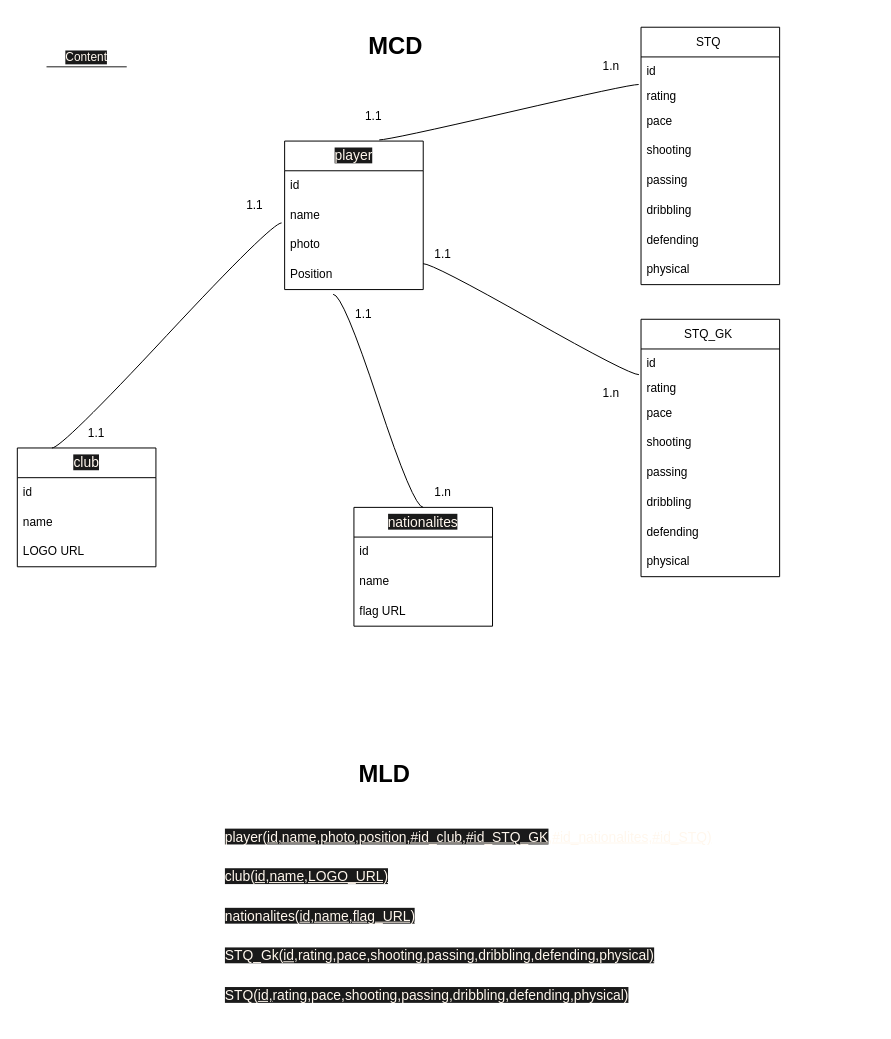
This is gestion.dio from zakaria-123kardache/Gestionnaire_FUT_Champions, a draw.io file, before an edit. Source tidied: cells renumbered, new cells numbered last; positions are measured from the earlier drawing's top-left corner, leaving out a move shared by most shapes. Both pictures are drawn from the tidied source at 99%, with x=0, y=0 at pixel (17, 27).
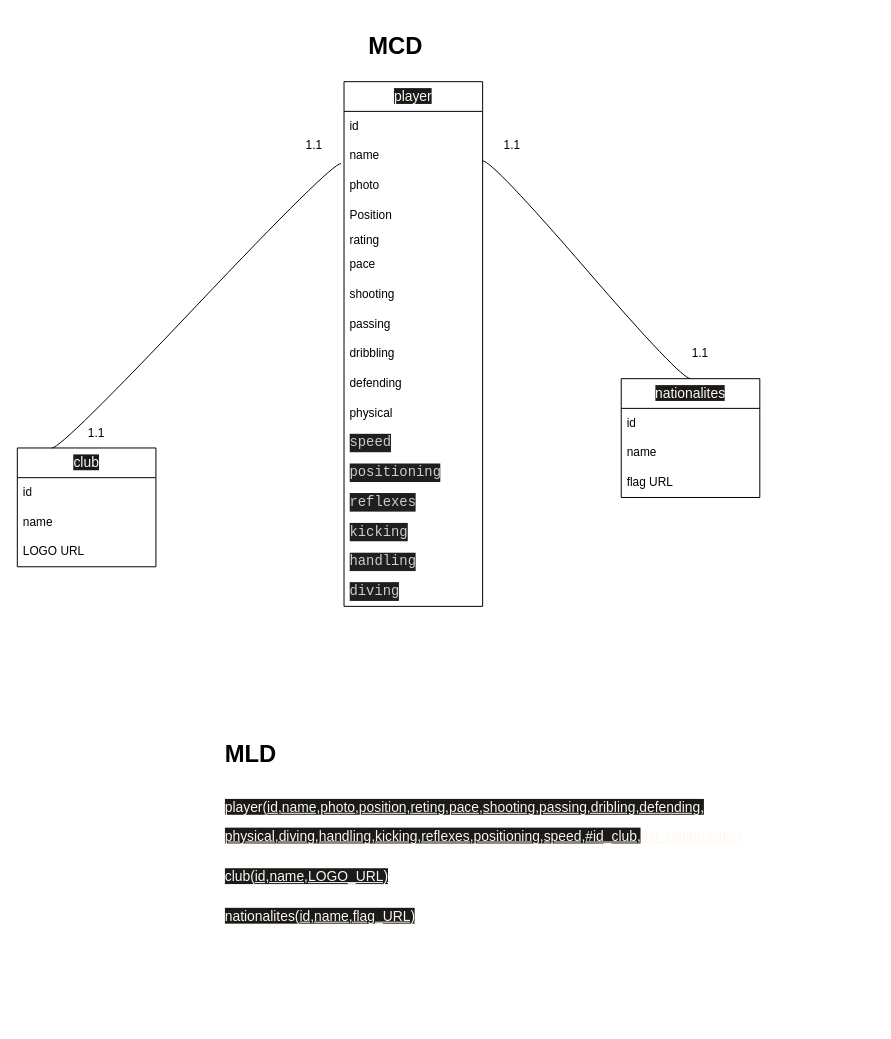
Above is the later version.

The change refers to these unchanged cells:
```xml
<mxCell id="6" value="Position" style="text;strokeColor=none;fillColor=none;align=left;verticalAlign=middle;spacingLeft=4;spacingRight=4;overflow=hidden;points=[[0,0.5],[1,0.5]];portConstraint=eastwest;whiteSpace=wrap;html=1;" parent="2" vertex="1">
  <mxGeometry y="120" width="140" height="30" as="geometry" />
</mxCell>
```

Change to the diagram source:
```diff
@@
     <mxCell id="2" value="&lt;span style=&quot;font-family: &amp;quot;Nunito Sans&amp;quot;, sans-serif; font-size: 14px; text-align: left; background-color: rgb(26, 26, 26);&quot;&gt;&lt;font style=&quot;&quot; color=&quot;#fff7ed&quot;&gt;player&lt;/font&gt;&lt;/span&gt;" style="swimlane;fontStyle=0;horizontal=1;startSize=30;whiteSpace=wrap;html=1;" parent="1" vertex="1">
-      <mxGeometry x="270" y="115" width="140" height="150" as="geometry" />
+      <mxGeometry x="330" y="55" width="140" height="530" as="geometry" />
     </mxCell>
@@
-    <mxCell id="7" value="&lt;span style=&quot;font-family: &amp;quot;Nunito Sans&amp;quot;, sans-serif; font-size: 14px; text-align: left; background-color: rgb(26, 26, 26);&quot;&gt;&lt;font style=&quot;&quot; color=&quot;#fff7ed&quot;&gt;nationalites&lt;/font&gt;&lt;/span&gt;" style="swimlane;fontStyle=0;horizontal=1;startSize=30;whiteSpace=wrap;html=1;" parent="1" vertex="1">
-      <mxGeometry x="340" y="485" width="140" height="120" as="geometry" />
-    </mxCell>
-    <mxCell id="8" value="id" style="text;strokeColor=none;fillColor=none;align=left;verticalAlign=middle;spacingLeft=4;spacingRight=4;overflow=hidden;whiteSpace=wrap;html=1;" parent="7" vertex="1">
-      <mxGeometry y="30" width="140" height="30" as="geometry" />
-    </mxCell>
-    <mxCell id="9" value="name" style="text;strokeColor=none;fillColor=none;align=left;verticalAlign=middle;spacingLeft=4;spacingRight=4;overflow=hidden;whiteSpace=wrap;html=1;" parent="7" vertex="1">
-      <mxGeometry y="60" width="140" height="30" as="geometry" />
-    </mxCell>
-    <mxCell id="10" value="flag URL" style="text;strokeColor=none;fillColor=none;align=left;verticalAlign=middle;spacingLeft=4;spacingRight=4;overflow=hidden;whiteSpace=wrap;html=1;" parent="7" vertex="1">
-      <mxGeometry y="90" width="140" height="30" as="geometry" />
-    </mxCell>
-    <mxCell id="11" value="&lt;span style=&quot;font-family: &amp;quot;Nunito Sans&amp;quot;, sans-serif; font-size: 14px; text-align: left; background-color: rgb(26, 26, 26);&quot;&gt;&lt;font style=&quot;&quot; color=&quot;#fff7ed&quot;&gt;club&lt;/font&gt;&lt;/span&gt;" style="swimlane;fontStyle=0;horizontal=1;startSize=30;whiteSpace=wrap;html=1;" parent="1" vertex="1">
-      <mxGeometry y="425" width="140" height="120" as="geometry" />
-    </mxCell>
-    <mxCell id="12" value="id" style="text;strokeColor=none;fillColor=none;align=left;verticalAlign=middle;spacingLeft=4;spacingRight=4;overflow=hidden;whiteSpace=wrap;html=1;" parent="11" vertex="1">
-      <mxGeometry y="30" width="140" height="30" as="geometry" />
-    </mxCell>
-    <mxCell id="13" value="name" style="text;strokeColor=none;fillColor=none;align=left;verticalAlign=middle;spacingLeft=4;spacingRight=4;overflow=hidden;whiteSpace=wrap;html=1;" parent="11" vertex="1">
-      <mxGeometry y="60" width="140" height="30" as="geometry" />
-    </mxCell>
-    <mxCell id="14" value="LOGO URL" style="text;strokeColor=none;fillColor=none;align=left;verticalAlign=middle;spacingLeft=4;spacingRight=4;overflow=hidden;whiteSpace=wrap;html=1;" parent="11" vertex="1">
-      <mxGeometry y="90" width="140" height="30" as="geometry" />
-    </mxCell>
-    <mxCell id="15" value="STQ&amp;nbsp;" style="swimlane;fontStyle=0;horizontal=1;startSize=30;whiteSpace=wrap;html=1;" parent="1" vertex="1">
-      <mxGeometry x="630" width="140" height="260" as="geometry" />
-    </mxCell>
-    <mxCell id="16" value="id" style="text;strokeColor=none;fillColor=none;align=left;verticalAlign=middle;spacingLeft=4;spacingRight=4;overflow=hidden;points=[[0,0.5],[1,0.5]];portConstraint=eastwest;whiteSpace=wrap;html=1;" parent="15" vertex="1">
-      <mxGeometry y="30" width="140" height="30" as="geometry" />
-    </mxCell>
-    <mxCell id="17" value="rating" style="text;strokeColor=none;fillColor=none;align=left;verticalAlign=middle;spacingLeft=4;spacingRight=4;overflow=hidden;whiteSpace=wrap;html=1;" parent="15" vertex="1">
-      <mxGeometry y="60" width="140" height="20" as="geometry" />
+    <mxCell id="17" value="rating" style="text;strokeColor=none;fillColor=none;align=left;verticalAlign=middle;spacingLeft=4;spacingRight=4;overflow=hidden;whiteSpace=wrap;html=1;" parent="2" vertex="1">
+      <mxGeometry y="150" width="140" height="20" as="geometry" />
     </mxCell>
-    <mxCell id="18" value="pace" style="text;strokeColor=none;fillColor=none;align=left;verticalAlign=middle;spacingLeft=4;spacingRight=4;overflow=hidden;whiteSpace=wrap;html=1;" parent="15" vertex="1">
-      <mxGeometry y="80" width="140" height="30" as="geometry" />
+    <mxCell id="18" value="pace" style="text;strokeColor=none;fillColor=none;align=left;verticalAlign=middle;spacingLeft=4;spacingRight=4;overflow=hidden;whiteSpace=wrap;html=1;" parent="2" vertex="1">
+      <mxGeometry y="170" width="140" height="30" as="geometry" />
     </mxCell>
-    <mxCell id="19" value="shooting" style="text;strokeColor=none;fillColor=none;align=left;verticalAlign=middle;spacingLeft=4;spacingRight=4;overflow=hidden;whiteSpace=wrap;html=1;" parent="15" vertex="1">
-      <mxGeometry y="110" width="140" height="30" as="geometry" />
+    <mxCell id="19" value="shooting" style="text;strokeColor=none;fillColor=none;align=left;verticalAlign=middle;spacingLeft=4;spacingRight=4;overflow=hidden;whiteSpace=wrap;html=1;" parent="2" vertex="1">
+      <mxGeometry y="200" width="140" height="30" as="geometry" />
     </mxCell>
-    <mxCell id="20" value="passing" style="text;strokeColor=none;fillColor=none;align=left;verticalAlign=middle;spacingLeft=4;spacingRight=4;overflow=hidden;whiteSpace=wrap;html=1;" parent="15" vertex="1">
-      <mxGeometry y="140" width="140" height="30" as="geometry" />
+    <mxCell id="20" value="passing" style="text;strokeColor=none;fillColor=none;align=left;verticalAlign=middle;spacingLeft=4;spacingRight=4;overflow=hidden;whiteSpace=wrap;html=1;" parent="2" vertex="1">
+      <mxGeometry y="230" width="140" height="30" as="geometry" />
     </mxCell>
-    <mxCell id="21" value="dribbling" style="text;strokeColor=none;fillColor=none;align=left;verticalAlign=middle;spacingLeft=4;spacingRight=4;overflow=hidden;whiteSpace=wrap;html=1;" parent="15" vertex="1">
-      <mxGeometry y="170" width="140" height="30" as="geometry" />
+    <mxCell id="21" value="dribbling" style="text;strokeColor=none;fillColor=none;align=left;verticalAlign=middle;spacingLeft=4;spacingRight=4;overflow=hidden;whiteSpace=wrap;html=1;" parent="2" vertex="1">
+      <mxGeometry y="260" width="140" height="30" as="geometry" />
     </mxCell>
-    <mxCell id="22" value="defending" style="text;strokeColor=none;fillColor=none;align=left;verticalAlign=middle;spacingLeft=4;spacingRight=4;overflow=hidden;whiteSpace=wrap;html=1;" parent="15" vertex="1">
-      <mxGeometry y="200" width="140" height="30" as="geometry" />
+    <mxCell id="22" value="defending" style="text;strokeColor=none;fillColor=none;align=left;verticalAlign=middle;spacingLeft=4;spacingRight=4;overflow=hidden;whiteSpace=wrap;html=1;" parent="2" vertex="1">
+      <mxGeometry y="290" width="140" height="30" as="geometry" />
     </mxCell>
-    <mxCell id="23" value="physical" style="text;strokeColor=none;fillColor=none;align=left;verticalAlign=middle;spacingLeft=4;spacingRight=4;overflow=hidden;whiteSpace=wrap;html=1;" parent="15" vertex="1">
-      <mxGeometry y="230" width="140" height="30" as="geometry" />
+    <mxCell id="23" value="physical" style="text;strokeColor=none;fillColor=none;align=left;verticalAlign=middle;spacingLeft=4;spacingRight=4;overflow=hidden;whiteSpace=wrap;html=1;" parent="2" vertex="1">
+      <mxGeometry y="320" width="140" height="30" as="geometry" />
     </mxCell>
-    <mxCell id="24" value="Content" style="whiteSpace=wrap;html=1;shape=partialRectangle;top=0;left=0;bottom=1;right=0;fillColor=none;align=center;verticalAlign=bottom;routingCenterY=0.5;newEdgeStyle={&quot;edgeStyle&quot;:&quot;entityRelationEdgeStyle&quot;,&quot;startArrow&quot;:&quot;none&quot;,&quot;endArrow&quot;:&quot;none&quot;,&quot;segment&quot;:10,&quot;curved&quot;:1,&quot;sourcePerimeterSpacing&quot;:0,&quot;targetPerimeterSpacing&quot;:0};labelBackgroundColor=#1A1A1A;strokeColor=#1A1A1A;fontColor=#FFF7ED;" parent="1" vertex="1" collapsed="1">
-      <mxGeometry x="30" y="10" width="80" height="30" as="geometry" />
-    </mxCell>
+    <mxCell id="36" value="&lt;div style=&quot;color: rgb(204, 204, 204); background-color: rgb(31, 31, 31); font-family: Consolas, &amp;quot;Courier New&amp;quot;, monospace; font-size: 14px; line-height: 19px;&quot;&gt;speed&lt;/div&gt;" style="text;strokeColor=none;fillColor=none;align=left;verticalAlign=middle;spacingLeft=4;spacingRight=4;overflow=hidden;whiteSpace=wrap;html=1;" parent="2" vertex="1">
+      <mxGeometry y="350" width="140" height="30" as="geometry" />
+    </mxCell>
+    <mxCell id="35" value="&lt;div style=&quot;color: rgb(204, 204, 204); background-color: rgb(31, 31, 31); font-family: Consolas, &amp;quot;Courier New&amp;quot;, monospace; font-size: 14px; line-height: 19px;&quot;&gt;positioning&lt;/div&gt;" style="text;strokeColor=none;fillColor=none;align=left;verticalAlign=middle;spacingLeft=4;spacingRight=4;overflow=hidden;whiteSpace=wrap;html=1;" parent="2" vertex="1">
+      <mxGeometry y="380" width="140" height="30" as="geometry" />
+    </mxCell>
+    <mxCell id="33" value="&lt;div style=&quot;color: rgb(204, 204, 204); background-color: rgb(31, 31, 31); font-family: Consolas, &amp;quot;Courier New&amp;quot;, monospace; font-size: 14px; line-height: 19px;&quot;&gt;reflexes&lt;/div&gt;" style="text;strokeColor=none;fillColor=none;align=left;verticalAlign=middle;spacingLeft=4;spacingRight=4;overflow=hidden;whiteSpace=wrap;html=1;" parent="2" vertex="1">
+      <mxGeometry y="410" width="140" height="30" as="geometry" />
+    </mxCell>
+    <mxCell id="34" value="&lt;div style=&quot;color: rgb(204, 204, 204); background-color: rgb(31, 31, 31); font-family: Consolas, &amp;quot;Courier New&amp;quot;, monospace; font-size: 14px; line-height: 19px;&quot;&gt;kicking&lt;/div&gt;" style="text;strokeColor=none;fillColor=none;align=left;verticalAlign=middle;spacingLeft=4;spacingRight=4;overflow=hidden;whiteSpace=wrap;html=1;" parent="2" vertex="1">
+      <mxGeometry y="440" width="140" height="30" as="geometry" />
+    </mxCell>
+    <mxCell id="32" value="&lt;div style=&quot;color: rgb(204, 204, 204); background-color: rgb(31, 31, 31); font-family: Consolas, &amp;quot;Courier New&amp;quot;, monospace; font-size: 14px; line-height: 19px;&quot;&gt;handling&lt;/div&gt;" style="text;strokeColor=none;fillColor=none;align=left;verticalAlign=middle;spacingLeft=4;spacingRight=4;overflow=hidden;whiteSpace=wrap;html=1;" parent="2" vertex="1">
+      <mxGeometry y="470" width="140" height="30" as="geometry" />
+    </mxCell>
+    <mxCell id="31" value="&lt;div style=&quot;color: rgb(204, 204, 204); background-color: rgb(31, 31, 31); font-family: Consolas, &amp;quot;Courier New&amp;quot;, monospace; font-size: 14px; line-height: 19px;&quot;&gt;diving&lt;/div&gt;" style="text;strokeColor=none;fillColor=none;align=left;verticalAlign=middle;spacingLeft=4;spacingRight=4;overflow=hidden;whiteSpace=wrap;html=1;" parent="2" vertex="1">
+      <mxGeometry y="500" width="140" height="30" as="geometry" />
+    </mxCell>
+    <mxCell id="11" value="&lt;span style=&quot;font-family: &amp;quot;Nunito Sans&amp;quot;, sans-serif; font-size: 14px; text-align: left; background-color: rgb(26, 26, 26);&quot;&gt;&lt;font style=&quot;&quot; color=&quot;#fff7ed&quot;&gt;club&lt;/font&gt;&lt;/span&gt;" style="swimlane;fontStyle=0;horizontal=1;startSize=30;whiteSpace=wrap;html=1;" parent="1" vertex="1">
+      <mxGeometry y="425" width="140" height="120" as="geometry" />
+    </mxCell>
+    <mxCell id="12" value="id" style="text;strokeColor=none;fillColor=none;align=left;verticalAlign=middle;spacingLeft=4;spacingRight=4;overflow=hidden;whiteSpace=wrap;html=1;" parent="11" vertex="1">
+      <mxGeometry y="30" width="140" height="30" as="geometry" />
+    </mxCell>
+    <mxCell id="13" value="name" style="text;strokeColor=none;fillColor=none;align=left;verticalAlign=middle;spacingLeft=4;spacingRight=4;overflow=hidden;whiteSpace=wrap;html=1;" parent="11" vertex="1">
+      <mxGeometry y="60" width="140" height="30" as="geometry" />
+    </mxCell>
+    <mxCell id="14" value="LOGO URL" style="text;strokeColor=none;fillColor=none;align=left;verticalAlign=middle;spacingLeft=4;spacingRight=4;overflow=hidden;whiteSpace=wrap;html=1;" parent="11" vertex="1">
+      <mxGeometry y="90" width="140" height="30" as="geometry" />
+    </mxCell>
-    <mxCell id="25" style="edgeStyle=entityRelationEdgeStyle;startArrow=none;endArrow=none;segment=10;curved=1;sourcePerimeterSpacing=0;fontColor=#FFF7ED;entryDx=0;entryDy=0;exitX=0.35;exitY=1.158;exitDx=0;exitDy=0;exitPerimeter=0;entryX=0.5;entryY=0;" parent="1" edge="1" source="6" target="7">
+    <mxCell id="25" style="edgeStyle=entityRelationEdgeStyle;startArrow=none;endArrow=none;segment=10;curved=1;sourcePerimeterSpacing=0;fontColor=#FFF7ED;entryDx=0;entryDy=0;exitX=0;exitY=1;exitDx=0;exitDy=0;entryX=0.5;entryY=0;" parent="1" edge="1" source="43" target="7">
       <mxGeometry relative="1" as="geometry" />
     </mxCell>
@@
     <mxCell id="27" value="1.1" style="text;html=1;strokeColor=none;fillColor=none;align=center;verticalAlign=middle;whiteSpace=wrap;rounded=0;" parent="1" vertex="1">
-      <mxGeometry x="210" y="165" width="60" height="30" as="geometry" />
+      <mxGeometry x="270" y="105" width="60" height="30" as="geometry" />
     </mxCell>
-    <mxCell id="28" value="STQ_GK&amp;nbsp;" style="swimlane;fontStyle=0;horizontal=1;startSize=30;whiteSpace=wrap;html=1;" parent="1" vertex="1">
-      <mxGeometry x="630" y="295" width="140" height="260" as="geometry" />
-    </mxCell>
-    <mxCell id="29" value="id" style="text;strokeColor=none;fillColor=none;align=left;verticalAlign=middle;spacingLeft=4;spacingRight=4;overflow=hidden;points=[[0,0.5],[1,0.5]];portConstraint=eastwest;whiteSpace=wrap;html=1;" parent="28" vertex="1">
-      <mxGeometry y="30" width="140" height="30" as="geometry" />
-    </mxCell>
-    <mxCell id="30" value="rating" style="text;strokeColor=none;fillColor=none;align=left;verticalAlign=middle;spacingLeft=4;spacingRight=4;overflow=hidden;whiteSpace=wrap;html=1;" parent="28" vertex="1">
-      <mxGeometry y="60" width="140" height="20" as="geometry" />
-    </mxCell>
-    <mxCell id="31" value="pace" style="text;strokeColor=none;fillColor=none;align=left;verticalAlign=middle;spacingLeft=4;spacingRight=4;overflow=hidden;whiteSpace=wrap;html=1;" parent="28" vertex="1">
-      <mxGeometry y="80" width="140" height="30" as="geometry" />
-    </mxCell>
-    <mxCell id="32" value="shooting" style="text;strokeColor=none;fillColor=none;align=left;verticalAlign=middle;spacingLeft=4;spacingRight=4;overflow=hidden;whiteSpace=wrap;html=1;" parent="28" vertex="1">
-      <mxGeometry y="110" width="140" height="30" as="geometry" />
-    </mxCell>
-    <mxCell id="33" value="passing" style="text;strokeColor=none;fillColor=none;align=left;verticalAlign=middle;spacingLeft=4;spacingRight=4;overflow=hidden;whiteSpace=wrap;html=1;" parent="28" vertex="1">
-      <mxGeometry y="140" width="140" height="30" as="geometry" />
-    </mxCell>
-    <mxCell id="34" value="dribbling" style="text;strokeColor=none;fillColor=none;align=left;verticalAlign=middle;spacingLeft=4;spacingRight=4;overflow=hidden;whiteSpace=wrap;html=1;" parent="28" vertex="1">
-      <mxGeometry y="170" width="140" height="30" as="geometry" />
-    </mxCell>
-    <mxCell id="35" value="defending" style="text;strokeColor=none;fillColor=none;align=left;verticalAlign=middle;spacingLeft=4;spacingRight=4;overflow=hidden;whiteSpace=wrap;html=1;" parent="28" vertex="1">
-      <mxGeometry y="200" width="140" height="30" as="geometry" />
-    </mxCell>
-    <mxCell id="36" value="physical" style="text;strokeColor=none;fillColor=none;align=left;verticalAlign=middle;spacingLeft=4;spacingRight=4;overflow=hidden;whiteSpace=wrap;html=1;" parent="28" vertex="1">
-      <mxGeometry y="230" width="140" height="30" as="geometry" />
-    </mxCell>
-    <mxCell id="37" style="edgeStyle=entityRelationEdgeStyle;startArrow=none;endArrow=none;segment=10;curved=1;sourcePerimeterSpacing=0;targetPerimeterSpacing=0;fontColor=#FFF7ED;exitX=-0.017;exitY=0.928;exitDx=0;exitDy=0;exitPerimeter=0;entryX=0.683;entryY=-0.008;entryDx=0;entryDy=0;entryPerimeter=0;" parent="1" edge="1" source="16" target="2">
-      <mxGeometry relative="1" as="geometry" />
-    </mxCell>
-    <mxCell id="38" style="edgeStyle=entityRelationEdgeStyle;startArrow=none;endArrow=none;segment=10;curved=1;sourcePerimeterSpacing=0;targetPerimeterSpacing=0;fontColor=#FFF7ED;exitX=0.999;exitY=0.128;exitDx=0;exitDy=0;entryX=-0.015;entryY=0.865;entryDx=0;entryDy=0;entryPerimeter=0;exitPerimeter=0;" parent="1" edge="1" source="6" target="29">
-      <mxGeometry relative="1" as="geometry" />
-    </mxCell>
-    <mxCell id="39" value="1.n" style="text;html=1;strokeColor=none;fillColor=none;align=center;verticalAlign=middle;whiteSpace=wrap;rounded=0;" parent="1" vertex="1">
-      <mxGeometry x="570" y="25" width="60" height="30" as="geometry" />
-    </mxCell>
-    <mxCell id="40" value="1.n" style="text;html=1;strokeColor=none;fillColor=none;align=center;verticalAlign=middle;whiteSpace=wrap;rounded=0;" parent="1" vertex="1">
-      <mxGeometry x="570" y="355" width="60" height="30" as="geometry" />
-    </mxCell>
     <mxCell id="41" value="1.1" style="text;html=1;strokeColor=none;fillColor=none;align=center;verticalAlign=middle;whiteSpace=wrap;rounded=0;" parent="1" vertex="1">
-      <mxGeometry x="400" y="215" width="60" height="30" as="geometry" />
+      <mxGeometry x="660" y="315" width="60" height="30" as="geometry" />
     </mxCell>
@@
     <mxCell id="43" value="1.1" style="text;html=1;strokeColor=none;fillColor=none;align=center;verticalAlign=middle;whiteSpace=wrap;rounded=0;" parent="1" vertex="1">
-      <mxGeometry x="320" y="275" width="60" height="30" as="geometry" />
+      <mxGeometry x="470" y="105" width="60" height="30" as="geometry" />
     </mxCell>
-    <mxCell id="44" value="1.n" style="text;html=1;strokeColor=none;fillColor=none;align=center;verticalAlign=middle;whiteSpace=wrap;rounded=0;" parent="1" vertex="1">
-      <mxGeometry x="400" y="455" width="60" height="30" as="geometry" />
-    </mxCell>
@@
     <mxCell id="46" value="&lt;h1&gt;MLD&lt;/h1&gt;" style="text;html=1;strokeColor=none;fillColor=none;spacing=5;spacingTop=-20;whiteSpace=wrap;overflow=hidden;rounded=0;" parent="1" vertex="1">
-      <mxGeometry x="340" y="735" width="100" height="40" as="geometry" />
+      <mxGeometry x="205" y="715" width="100" height="40" as="geometry" />
     </mxCell>
-    <mxCell id="47" value="&lt;h1&gt;&lt;span style=&quot;color: rgb(255, 247, 237); font-family: &amp;quot;Nunito Sans&amp;quot;, sans-serif; font-size: 14px; font-weight: 400; background-color: rgb(26, 26, 26);&quot;&gt;player(&lt;u&gt;id,name,photo,position,#id_club,#id_STQ_GK&lt;/u&gt;&lt;/span&gt;&lt;u style=&quot;color: rgb(255, 247, 237); font-family: &amp;quot;Nunito Sans&amp;quot;, sans-serif; font-size: 14px; font-weight: 400;&quot;&gt;,#id_nationalites,#id_STQ)&lt;/u&gt;&lt;/h1&gt;" style="text;html=1;strokeColor=none;fillColor=none;spacing=5;spacingTop=-20;whiteSpace=wrap;overflow=hidden;rounded=0;" parent="1" vertex="1">
-      <mxGeometry x="205" y="795" width="510" height="50" as="geometry" />
+    <mxCell id="47" value="&lt;h1&gt;&lt;span style=&quot;color: rgb(255, 247, 237); font-family: &amp;quot;Nunito Sans&amp;quot;, sans-serif; font-size: 14px; font-weight: 400; background-color: rgb(26, 26, 26);&quot;&gt;player(&lt;u&gt;id,name,photo,position,reting,pace,shooting,passing,dribling,defending, physical,diving,handling,kicking,reflexes,positioning,speed,#id_club,&lt;/u&gt;&lt;/span&gt;&lt;u style=&quot;color: rgb(255, 247, 237); font-family: &amp;quot;Nunito Sans&amp;quot;, sans-serif; font-size: 14px; font-weight: 400;&quot;&gt;#id_nationalites)&lt;/u&gt;&lt;/h1&gt;" style="text;html=1;strokeColor=none;fillColor=none;spacing=5;spacingTop=-20;whiteSpace=wrap;overflow=hidden;rounded=0;" parent="1" vertex="1">
+      <mxGeometry x="205" y="765" width="545" height="90" as="geometry" />
     </mxCell>
@@
-    <mxCell id="49" value="1.1" style="text;html=1;strokeColor=none;fillColor=none;align=center;verticalAlign=middle;whiteSpace=wrap;rounded=0;" parent="1" vertex="1">
-      <mxGeometry x="330" y="75" width="60" height="30" as="geometry" />
-    </mxCell>
@@
-    <mxCell id="51" value="&lt;h1&gt;&lt;span style=&quot;color: rgb(255, 247, 237); font-family: &amp;quot;Nunito Sans&amp;quot;, sans-serif; font-size: 14px; font-weight: 400; background-color: rgb(26, 26, 26);&quot;&gt;STQ_Gk(&lt;u&gt;id,&lt;/u&gt;rating,pace,shooting,passing,dribbling,defending,physical&lt;u&gt;)&lt;/u&gt;&lt;/span&gt;&lt;br&gt;&lt;/h1&gt;" style="text;html=1;strokeColor=none;fillColor=none;spacing=5;spacingTop=-20;whiteSpace=wrap;overflow=hidden;rounded=0;" parent="1" vertex="1">
-      <mxGeometry x="205" y="915" width="660" height="50" as="geometry" />
-    </mxCell>
-    <mxCell id="52" value="&lt;h1&gt;&lt;span style=&quot;color: rgb(255, 247, 237); font-family: &amp;quot;Nunito Sans&amp;quot;, sans-serif; font-size: 14px; font-weight: 400; background-color: rgb(26, 26, 26);&quot;&gt;STQ(&lt;u&gt;id,&lt;/u&gt;rating,pace,shooting,passing,dribbling,defending,physical&lt;u&gt;)&lt;/u&gt;&lt;/span&gt;&lt;br&gt;&lt;/h1&gt;" style="text;html=1;strokeColor=none;fillColor=none;spacing=5;spacingTop=-20;whiteSpace=wrap;overflow=hidden;rounded=0;" parent="1" vertex="1">
-      <mxGeometry x="205" y="955" width="660" height="50" as="geometry" />
-    </mxCell>
+    <mxCell id="7" value="&lt;span style=&quot;font-family: &amp;quot;Nunito Sans&amp;quot;, sans-serif; font-size: 14px; text-align: left; background-color: rgb(26, 26, 26);&quot;&gt;&lt;font style=&quot;&quot; color=&quot;#fff7ed&quot;&gt;nationalites&lt;/font&gt;&lt;/span&gt;" style="swimlane;fontStyle=0;horizontal=1;startSize=30;whiteSpace=wrap;html=1;" parent="1" vertex="1">
+      <mxGeometry x="610" y="355" width="140" height="120" as="geometry" />
+    </mxCell>
+    <mxCell id="8" value="id" style="text;strokeColor=none;fillColor=none;align=left;verticalAlign=middle;spacingLeft=4;spacingRight=4;overflow=hidden;whiteSpace=wrap;html=1;" parent="7" vertex="1">
+      <mxGeometry y="30" width="140" height="30" as="geometry" />
+    </mxCell>
+    <mxCell id="9" value="name" style="text;strokeColor=none;fillColor=none;align=left;verticalAlign=middle;spacingLeft=4;spacingRight=4;overflow=hidden;whiteSpace=wrap;html=1;" parent="7" vertex="1">
+      <mxGeometry y="60" width="140" height="30" as="geometry" />
+    </mxCell>
+    <mxCell id="10" value="flag URL" style="text;strokeColor=none;fillColor=none;align=left;verticalAlign=middle;spacingLeft=4;spacingRight=4;overflow=hidden;whiteSpace=wrap;html=1;" parent="7" vertex="1">
+      <mxGeometry y="90" width="140" height="30" as="geometry" />
+    </mxCell>
```
